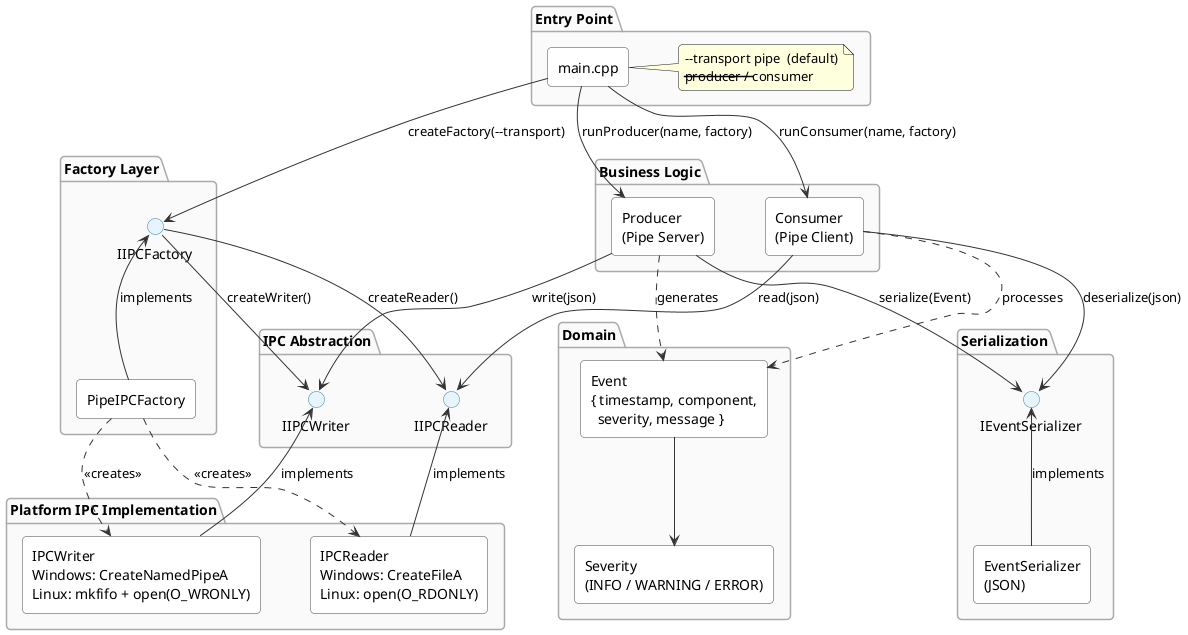
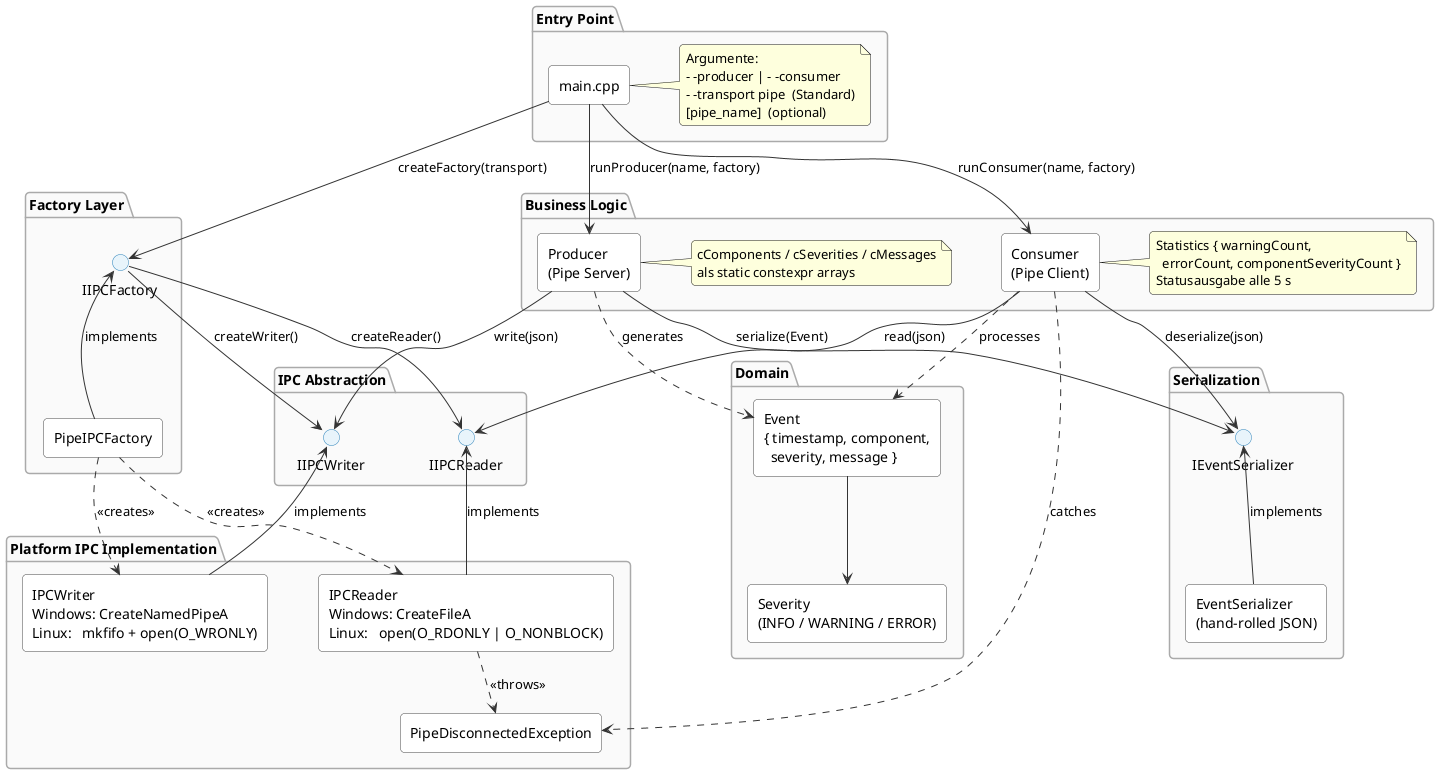
@startuml component_diagram

top to bottom direction
skinparam componentStyle rectangle
skinparam shadowing false
skinparam roundcorner 8

skinparam component {
    BackgroundColor white
    BorderColor #444444
    ArrowColor #333333
}
skinparam package {
    BackgroundColor #fafafa
    BorderColor #aaaaaa
    FontStyle bold
}
skinparam interface {
    BackgroundColor #e8f4fb
    BorderColor #2980b9
}
skinparam nodesep 50
skinparam ranksep 40

' ── Entry Point ──────────────────────────────────
package "Entry Point" {
    component "main.cpp" as Main
    note right of Main
-         --transport pipe  (default)
-         --producer / --consumer
+         Argumente:
+         - -producer | - -consumer
+         - -transport pipe  (Standard)
+         [pipe_name]  (optional)
    end note
}

' ── Factory Layer ────────────────────────────────
package "Factory Layer" {
    interface "IIPCFactory" as IFactory
    component "PipeIPCFactory" as PipeFactory
    PipeFactory -up-> IFactory : implements
}

' ── Business Logic ───────────────────────────────
package "Business Logic" {
    component "Producer\n(Pipe Server)" as Producer
    component "Consumer\n(Pipe Client)" as Consumer
+ 
+     note right of Producer
+         cComponents / cSeverities / cMessages
+         als static constexpr arrays
+     end note
+ 
+     note right of Consumer
+         Statistics { warningCount,
+           errorCount, componentSeverityCount }
+         Statusausgabe alle 5 s
+     end note
}

' ── IPC Abstraction ──────────────────────────────
package "IPC Abstraction" {
    interface "IIPCWriter" as IWriter
    interface "IIPCReader" as IReader
}

' ── Serialization ────────────────────────────────
package "Serialization" {
    interface "IEventSerializer" as ISerializer
-     component "EventSerializer\n(JSON)" as Serializer
+     component "EventSerializer\n(hand-rolled JSON)" as Serializer
    Serializer -up-> ISerializer : implements
}

' ── Domain ───────────────────────────────────────
package "Domain" {
    component "Event\n{ timestamp, component,\n  severity, message }" as EventModel
    component "Severity\n(INFO / WARNING / ERROR)" as Severity
    EventModel --> Severity
}

' ── Platform IPC ─────────────────────────────────
package "Platform IPC Implementation" {
-     component "IPCWriter\nWindows: CreateNamedPipeA\nLinux: mkfifo + open(O_WRONLY)" as IPCWriter
-     component "IPCReader\nWindows: CreateFileA\nLinux: open(O_RDONLY)" as IPCReader
+     component "IPCWriter\nWindows: CreateNamedPipeA\nLinux:   mkfifo + open(O_WRONLY)" as IPCWriter
+     component "IPCReader\nWindows: CreateFileA\nLinux:   open(O_RDONLY | O_NONBLOCK)" as IPCReader
+     component "PipeDisconnectedException" as PipeEx
+ 
    IPCWriter -up-> IWriter : implements
    IPCReader -up-> IReader : implements
+     IPCReader ..> PipeEx    : <<throws>>
}

' ── Relationships ────────────────────────────────

' main selects factory and wires everything
- Main     -down-> IFactory       : createFactory(--transport)
+ Main     -down-> IFactory       : createFactory(transport)
Main     -down-> Producer       : runProducer(name, factory)
Main     -down-> Consumer       : runConsumer(name, factory)

' factory creates IPC objects
IFactory -down-> IWriter        : createWriter()
IFactory -down-> IReader        : createReader()
PipeFactory ..> IPCWriter       : <<creates>>
PipeFactory ..> IPCReader       : <<creates>>

' Producer uses IIPCWriter + IEventSerializer
Producer -down-> IWriter        : write(json)
Producer -down-> ISerializer    : serialize(Event)
Producer ..> EventModel         : generates

' Consumer uses IIPCReader + IEventSerializer
Consumer -down-> IReader        : read(json)
Consumer -down-> ISerializer    : deserialize(json)
Consumer ..> EventModel         : processes
+ Consumer ..> PipeEx             : catches

@enduml
